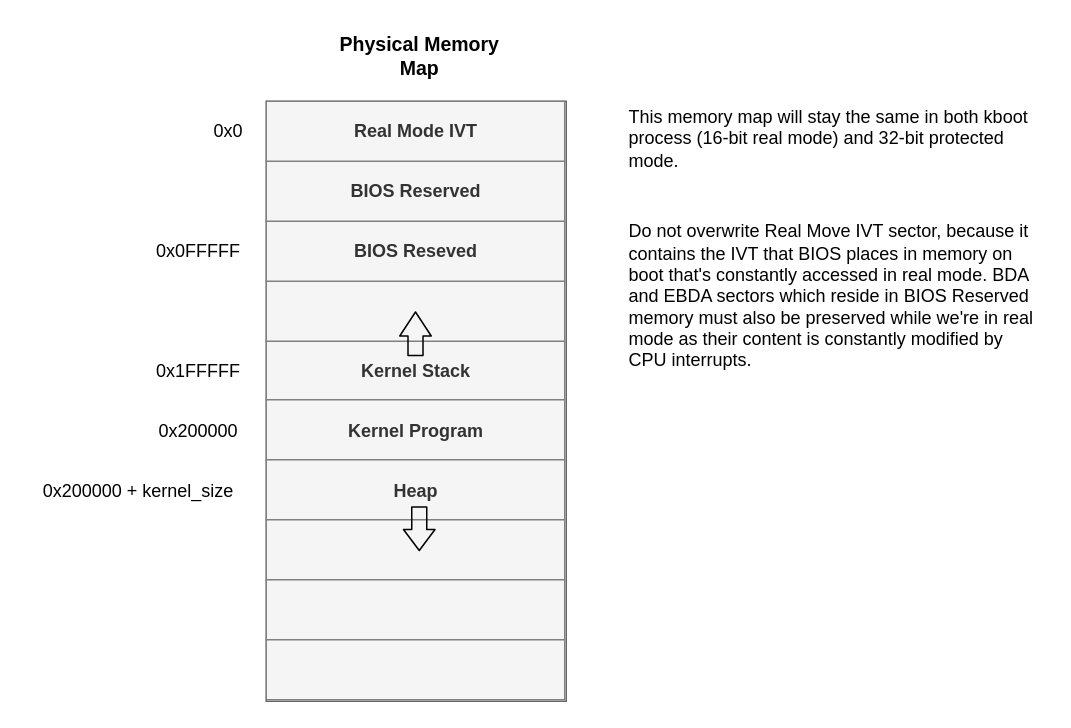
Earlier version of the draw.io diagram doc/Drafts/Physical_Memory_Map.drawio (sandwichdoge/catchOS). Source tidied: cells renumbered, new cells numbered last; positions are measured from the earlier drawing's top-left corner, leaving out a move shared by most shapes. Both pictures are drawn from the tidied source at 150%, with x=0, y=0 at pixel (26, 26).
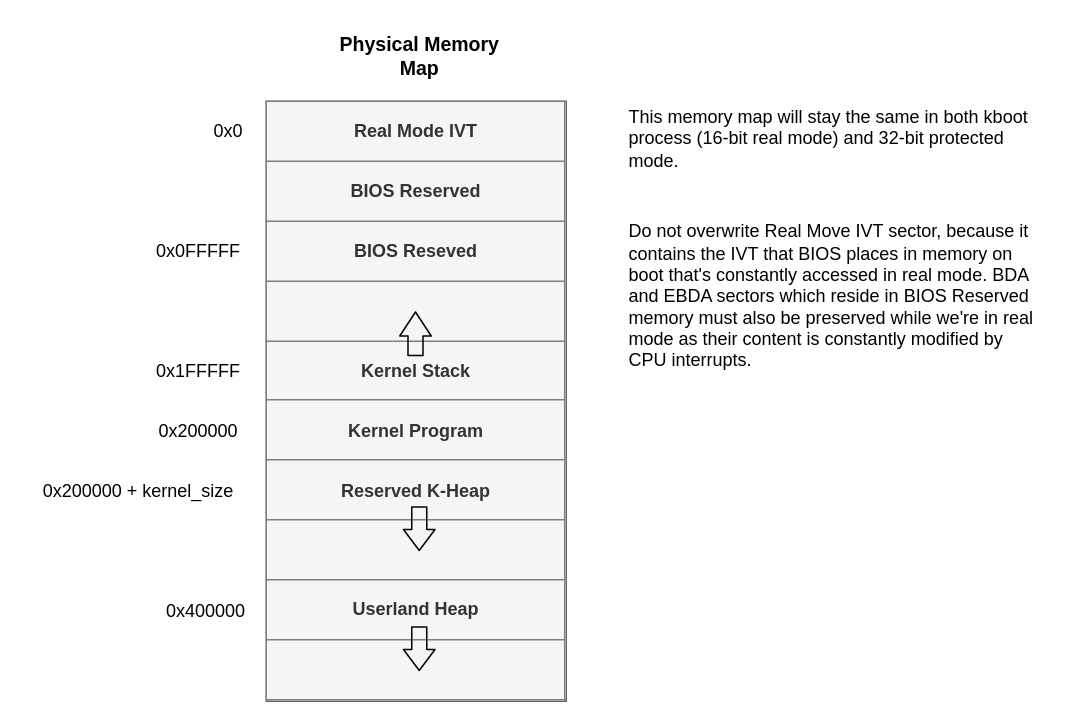
Above is the later version.

Commit message (it also covers changes not shown here):
update doc for phys mem map, pageframe_alloc reserves first 4 MiB for kernel data

Diff of the diagram source:
```diff
@@
 <mxGraphModel>
   <root>
     <mxCell id="0" />
     <mxCell id="1" parent="0" />
-    <mxCell id="2" value="&lt;table style=&quot;width: 100% ; height: 100% ; border-collapse: collapse&quot; width=&quot;100%&quot; cellpadding=&quot;4&quot; border=&quot;1&quot;&gt;&lt;tbody&gt;&lt;tr align=&quot;center&quot;&gt;&lt;td&gt;&lt;b&gt;Real Mode IVT&lt;br&gt;&lt;/b&gt;&lt;/td&gt;&lt;/tr&gt;&lt;tr&gt;&lt;td align=&quot;center&quot;&gt;&lt;b&gt;BIOS Reserved&lt;br&gt;&lt;/b&gt;&lt;/td&gt;&lt;/tr&gt;&lt;tr align=&quot;center&quot;&gt;&lt;td&gt;&lt;b&gt;BIOS Reseved&lt;br&gt;&lt;/b&gt;&lt;/td&gt;&lt;/tr&gt;&lt;tr align=&quot;center&quot;&gt;&lt;td&gt;&lt;b&gt;&lt;br&gt;&lt;/b&gt;&lt;/td&gt;&lt;/tr&gt;&lt;tr align=&quot;center&quot;&gt;&lt;td&gt;&lt;b&gt;&lt;b&gt;Kernel Stack&lt;/b&gt;&lt;/b&gt;&lt;/td&gt;&lt;/tr&gt;&lt;tr align=&quot;center&quot;&gt;&lt;td&gt;&lt;b&gt;Kernel Program&lt;/b&gt;&lt;/td&gt;&lt;/tr&gt;&lt;tr align=&quot;center&quot;&gt;&lt;td&gt;&lt;b&gt;Heap&lt;br&gt;&lt;/b&gt;&lt;/td&gt;&lt;/tr&gt;&lt;tr align=&quot;center&quot;&gt;&lt;td&gt;&lt;b&gt;&lt;br&gt;&lt;/b&gt;&lt;/td&gt;&lt;/tr&gt;&lt;tr&gt;&lt;td&gt;&lt;b&gt;&lt;br&gt;&lt;/b&gt;&lt;/td&gt;&lt;/tr&gt;&lt;tr align=&quot;center&quot;&gt;&lt;td&gt;&lt;b&gt;&lt;br&gt;&lt;/b&gt;&lt;/td&gt;&lt;/tr&gt;&lt;/tbody&gt;&lt;/table&gt;" style="text;html=1;overflow=fill;fillColor=#f5f5f5;strokeColor=#666666;fontColor=#333333;" parent="1" vertex="1">
+    <mxCell id="2" value="&lt;table style=&quot;width: 100% ; height: 100% ; border-collapse: collapse&quot; width=&quot;100%&quot; cellpadding=&quot;4&quot; border=&quot;1&quot;&gt;&lt;tbody&gt;&lt;tr align=&quot;center&quot;&gt;&lt;td&gt;&lt;b&gt;Real Mode IVT&lt;br&gt;&lt;/b&gt;&lt;/td&gt;&lt;/tr&gt;&lt;tr&gt;&lt;td align=&quot;center&quot;&gt;&lt;b&gt;BIOS Reserved&lt;br&gt;&lt;/b&gt;&lt;/td&gt;&lt;/tr&gt;&lt;tr align=&quot;center&quot;&gt;&lt;td&gt;&lt;b&gt;BIOS Reseved&lt;br&gt;&lt;/b&gt;&lt;/td&gt;&lt;/tr&gt;&lt;tr align=&quot;center&quot;&gt;&lt;td&gt;&lt;b&gt;&lt;br&gt;&lt;/b&gt;&lt;/td&gt;&lt;/tr&gt;&lt;tr align=&quot;center&quot;&gt;&lt;td&gt;&lt;b&gt;&lt;b&gt;Kernel Stack&lt;/b&gt;&lt;/b&gt;&lt;/td&gt;&lt;/tr&gt;&lt;tr align=&quot;center&quot;&gt;&lt;td&gt;&lt;b&gt;Kernel Program&lt;/b&gt;&lt;/td&gt;&lt;/tr&gt;&lt;tr align=&quot;center&quot;&gt;&lt;td&gt;&lt;b&gt;Reserved K-Heap&lt;br&gt;&lt;/b&gt;&lt;/td&gt;&lt;/tr&gt;&lt;tr align=&quot;center&quot;&gt;&lt;td&gt;&lt;b&gt;&lt;br&gt;&lt;/b&gt;&lt;/td&gt;&lt;/tr&gt;&lt;tr align=&quot;center&quot;&gt;&lt;td&gt;&lt;b&gt;Userland Heap&lt;br&gt;&lt;/b&gt;&lt;/td&gt;&lt;/tr&gt;&lt;tr align=&quot;center&quot;&gt;&lt;td&gt;&lt;b&gt;&lt;br&gt;&lt;/b&gt;&lt;/td&gt;&lt;/tr&gt;&lt;/tbody&gt;&lt;/table&gt;" style="text;html=1;overflow=fill;fillColor=#f5f5f5;strokeColor=#666666;fontColor=#333333;" parent="1" vertex="1">
       <mxGeometry x="160" y="50" width="200" height="400" as="geometry" />
     </mxCell>
     <mxCell id="3" value="0x1FFFFF" style="text;html=1;strokeColor=none;fillColor=none;align=center;verticalAlign=middle;whiteSpace=wrap;rounded=0;" parent="1" vertex="1">
       <mxGeometry x="80" y="220" width="70" height="20" as="geometry" />
     </mxCell>
     <mxCell id="4" value="0x200000" style="text;html=1;strokeColor=none;fillColor=none;align=center;verticalAlign=middle;whiteSpace=wrap;rounded=0;" parent="1" vertex="1">
       <mxGeometry x="80" y="260" width="70" height="20" as="geometry" />
     </mxCell>
     <mxCell id="5" value="0x0" style="text;html=1;strokeColor=none;fillColor=none;align=center;verticalAlign=middle;whiteSpace=wrap;rounded=0;" parent="1" vertex="1">
       <mxGeometry x="120" y="60" width="30" height="20" as="geometry" />
     </mxCell>
     <mxCell id="6" value="0x200000 + kernel_size" style="text;html=1;strokeColor=none;fillColor=none;align=center;verticalAlign=middle;whiteSpace=wrap;rounded=0;" parent="1" vertex="1">
       <mxGeometry y="300" width="150" height="20" as="geometry" />
     </mxCell>
     <mxCell id="7" value="&lt;b&gt;&lt;font style=&quot;font-size: 13px&quot;&gt;Physical Memory Map&lt;/font&gt;&lt;/b&gt;" style="text;html=1;strokeColor=none;fillColor=none;align=center;verticalAlign=middle;whiteSpace=wrap;rounded=0;" parent="1" vertex="1">
       <mxGeometry x="205" width="115" height="40" as="geometry" />
     </mxCell>
     <mxCell id="8" style="shape=flexArrow;endArrow=classic;html=1;endWidth=10;endSize=5;" parent="1" edge="1">
       <mxGeometry relative="1" as="geometry">
         <mxPoint x="259.5" y="220" as="sourcePoint" />
         <mxPoint x="259.5" y="190" as="targetPoint" />
       </mxGeometry>
     </mxCell>
     <mxCell id="9" style="shape=flexArrow;endArrow=classic;html=1;endWidth=10;endSize=4.33;" parent="1" edge="1">
       <mxGeometry relative="1" as="geometry">
         <mxPoint x="262" y="320" as="sourcePoint" />
         <mxPoint x="262" y="350" as="targetPoint" />
       </mxGeometry>
     </mxCell>
     <mxCell id="10" value="&lt;div&gt;0x0FFFFF&lt;/div&gt;" style="text;html=1;strokeColor=none;fillColor=none;align=center;verticalAlign=middle;whiteSpace=wrap;rounded=0;" parent="1" vertex="1">
       <mxGeometry x="80" y="140" width="70" height="20" as="geometry" />
     </mxCell>
     <mxCell id="11" value="&lt;div&gt;Do not overwrite Real Move IVT sector, because it contains the IVT that BIOS places in memory on boot that's constantly accessed in real mode. BDA and EBDA sectors which reside in BIOS Reserved memory must also be preserved while we're in real mode as their content is constantly modified by CPU interrupts.&lt;br&gt;&lt;/div&gt;" style="text;html=1;strokeColor=none;fillColor=none;align=left;verticalAlign=middle;whiteSpace=wrap;rounded=0;" parent="1" vertex="1">
       <mxGeometry x="400" y="120" width="280" height="120" as="geometry" />
     </mxCell>
     <mxCell id="12" value="This memory map will stay the same in both kboot process (16-bit real mode) and 32-bit protected mode." style="text;html=1;strokeColor=none;fillColor=none;align=left;verticalAlign=middle;whiteSpace=wrap;rounded=0;" parent="1" vertex="1">
       <mxGeometry x="400" y="50" width="280" height="50" as="geometry" />
     </mxCell>
+    <mxCell id="13" value="0x400000" style="text;html=1;strokeColor=none;fillColor=none;align=center;verticalAlign=middle;whiteSpace=wrap;rounded=0;" parent="1" vertex="1">
+      <mxGeometry x="90" y="380" width="60" height="20" as="geometry" />
+    </mxCell>
+    <mxCell id="14" style="shape=flexArrow;endArrow=classic;html=1;endWidth=10;endSize=4.33;" parent="1" edge="1">
+      <mxGeometry relative="1" as="geometry">
+        <mxPoint x="262" y="400" as="sourcePoint" />
+        <mxPoint x="262" y="430" as="targetPoint" />
+      </mxGeometry>
+    </mxCell>
   </root>
 </mxGraphModel>
```
